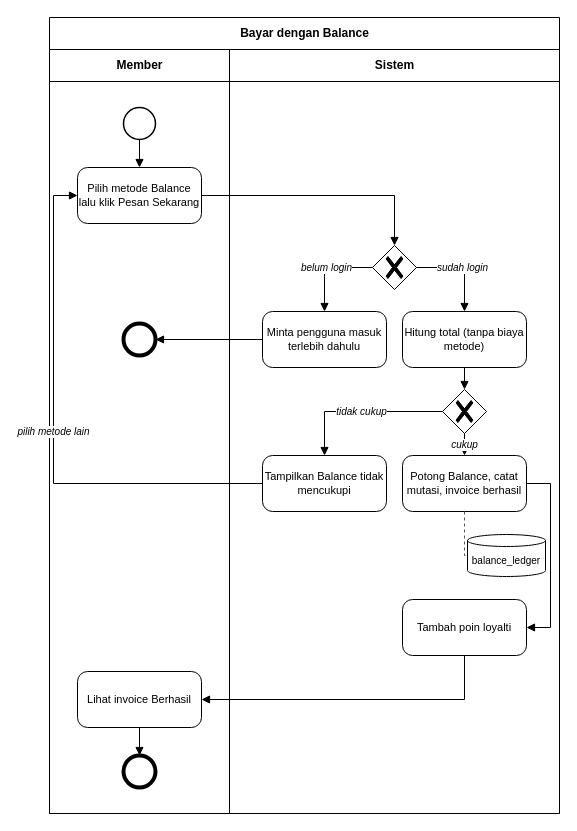
Above: page "F-08 FBPMNBayarBalance" (9 of 14) of docs/skpl/bpmn/BPMN valostock.drawio in balaqiang/valostock (draw.io), before the change. Source tidied: cells renumbered, new cells numbered last; positions are measured from the earlier drawing's top-left corner, leaving out a move shared by most shapes. Both pictures are drawn from the tidied source at 100%, with x=0, y=0 at pixel (49, 17).
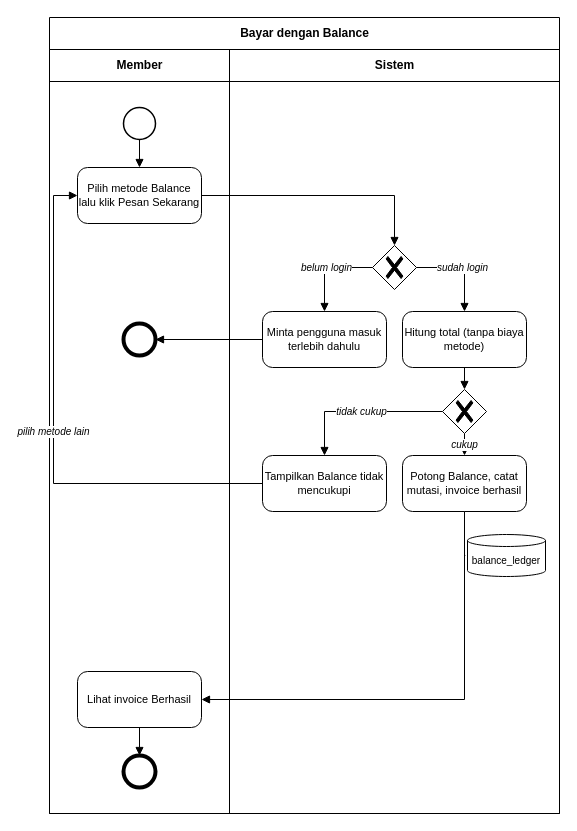
Above is the later version.

Unchanged cells that the change refers to:
```xml
<mxCell id="13" value="Potong Balance, catat mutasi, invoice berhasil" style="rounded=1;whiteSpace=wrap;html=1;arcSize=18;fontSize=11;" parent="1" vertex="1">
  <mxGeometry x="353" y="438" width="124" height="56" as="geometry" />
</mxCell>
<mxCell id="16" value="Lihat invoice Berhasil" style="rounded=1;whiteSpace=wrap;html=1;arcSize=18;fontSize=11;" parent="1" vertex="1">
  <mxGeometry x="28" y="654" width="124" height="56" as="geometry" />
</mxCell>
```

What changed in the source:
```diff
@@
-    <mxCell id="15" value="Tambah poin loyalti" style="rounded=1;whiteSpace=wrap;html=1;arcSize=18;fontSize=11;" parent="1" vertex="1">
-      <mxGeometry x="353" y="582" width="124" height="56" as="geometry" />
-    </mxCell>
@@
-    <mxCell id="28" style="endArrow=block;endFill=1;edgeStyle=none;rounded=0;html=1;fontStyle=2;fontSize=10;labelBackgroundColor=#ffffff;exitX=1;exitY=0.5;exitDx=0;exitDy=0;entryX=1;entryY=0.5;entryDx=0;entryDy=0;" parent="1" edge="1" source="13" target="15">
-      <mxGeometry relative="1" as="geometry">
-        <Array as="points">
-          <mxPoint x="501" y="466" />
-          <mxPoint x="501" y="610" />
-        </Array>
-      </mxGeometry>
-    </mxCell>
-    <mxCell id="29" style="endArrow=block;endFill=1;edgeStyle=none;rounded=0;html=1;fontStyle=2;fontSize=10;labelBackgroundColor=#ffffff;exitX=0.5;exitY=1;exitDx=0;exitDy=0;entryX=1;entryY=0.5;entryDx=0;entryDy=0;" parent="1" edge="1" source="15" target="16">
-      <mxGeometry relative="1" as="geometry">
-        <Array as="points">
-          <mxPoint x="415" y="682" />
-        </Array>
-      </mxGeometry>
-    </mxCell>
@@
+    <mxCell id="31" style="endArrow=block;endFill=1;edgeStyle=none;rounded=0;html=1;fontStyle=2;fontSize=10;labelBackgroundColor=#ffffff;exitX=0.5;exitY=1;exitDx=0;exitDy=0;entryX=1;entryY=0.5;entryDx=0;entryDy=0;" parent="1" edge="1" source="13" target="16">
+      <mxGeometry relative="1" as="geometry">
+        <Array as="points">
+          <mxPoint x="415" y="682" />
+        </Array>
+      </mxGeometry>
+    </mxCell>
```
